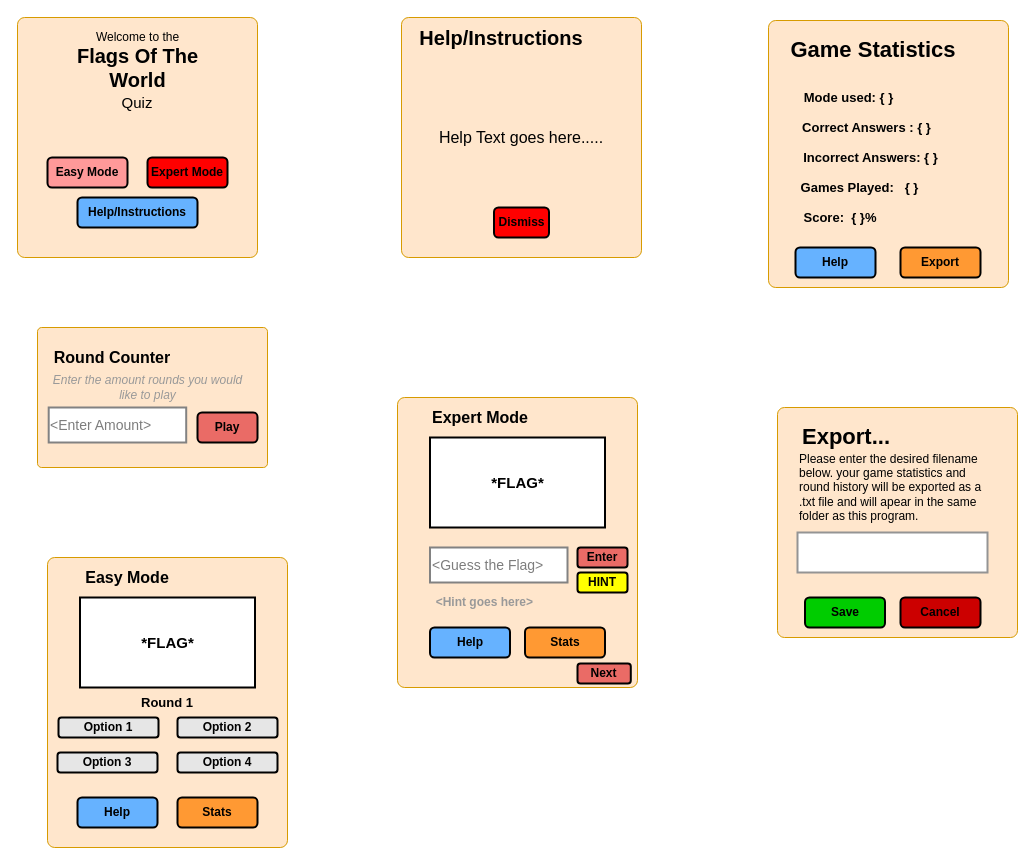
This is flag_quiz_wireframes.drawio from chhabrap71760/Flags_Quiz_Assessment, a draw.io file, before an edit. Source tidied: cells renumbered, new cells numbered last; positions are measured from the earlier drawing's top-left corner, leaving out a move shared by most shapes. Both pictures are drawn from the tidied source at 100%, with x=0, y=0 at pixel (17, 17).
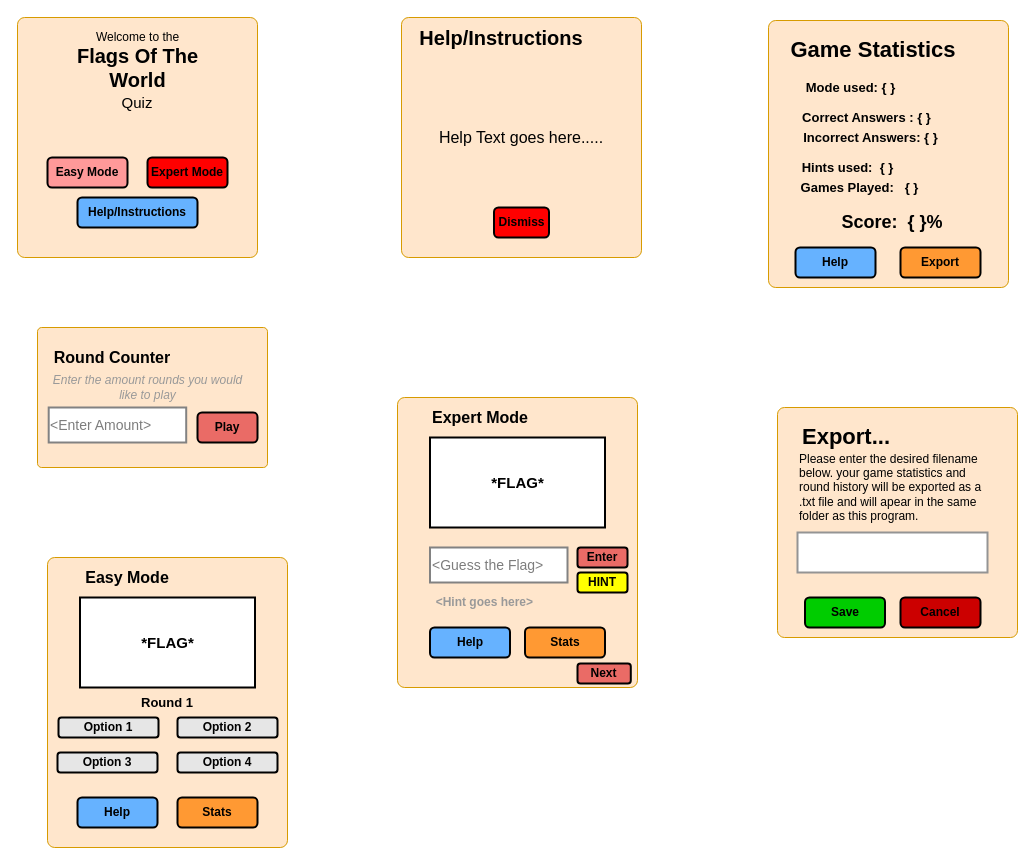
After the change.

Diff of the diagram source:
```diff
@@
     <mxCell id="30" value="&lt;font style=&quot;font-size: 13px&quot;&gt;&lt;b&gt;Correct Answers : { }&lt;/b&gt;&lt;/font&gt;" style="text;html=1;strokeColor=none;fillColor=none;align=center;verticalAlign=middle;whiteSpace=wrap;rounded=0;" parent="1" vertex="1">
-      <mxGeometry x="783" y="100" width="132.5" height="20" as="geometry" />
+      <mxGeometry x="783" y="90" width="132.5" height="20" as="geometry" />
     </mxCell>
     <mxCell id="31" value="&lt;font style=&quot;font-size: 13px&quot;&gt;&lt;b&gt;Incorrect Answers: { }&lt;/b&gt;&lt;/font&gt;" style="text;html=1;strokeColor=none;fillColor=none;align=center;verticalAlign=middle;whiteSpace=wrap;rounded=0;" parent="1" vertex="1">
-      <mxGeometry x="783" y="130" width="141" height="20" as="geometry" />
+      <mxGeometry x="783" y="110" width="141" height="20" as="geometry" />
     </mxCell>
     <mxCell id="32" value="&lt;span style=&quot;font-size: 13px&quot;&gt;&lt;b&gt;Games Played:&amp;nbsp; &amp;nbsp;{ }&lt;/b&gt;&lt;/span&gt;" style="text;html=1;strokeColor=none;fillColor=none;align=center;verticalAlign=middle;whiteSpace=wrap;rounded=0;" parent="1" vertex="1">
-      <mxGeometry x="778" y="160" width="129" height="20" as="geometry" />
+      <mxGeometry x="778" y="150" width="129" height="40" as="geometry" />
     </mxCell>
-    <mxCell id="33" value="&lt;span style=&quot;font-size: 13px&quot;&gt;&lt;b&gt;Score:&amp;nbsp; { }%&lt;/b&gt;&lt;/span&gt;" style="text;html=1;strokeColor=none;fillColor=none;align=center;verticalAlign=middle;whiteSpace=wrap;rounded=0;" parent="1" vertex="1">
-      <mxGeometry x="760" y="190" width="126" height="20" as="geometry" />
+    <mxCell id="33" value="&lt;b&gt;&lt;font style=&quot;font-size: 18px&quot;&gt;Score:&amp;nbsp; { }%&lt;/font&gt;&lt;/b&gt;" style="text;html=1;strokeColor=none;fillColor=none;align=center;verticalAlign=middle;whiteSpace=wrap;rounded=0;" parent="1" vertex="1">
+      <mxGeometry x="812" y="195" width="126" height="20" as="geometry" />
     </mxCell>
@@
     <mxCell id="44" value="&lt;span style=&quot;font-size: 13px&quot;&gt;&lt;b&gt;Mode used: { }&lt;/b&gt;&lt;/span&gt;" style="text;html=1;strokeColor=none;fillColor=none;align=center;verticalAlign=middle;whiteSpace=wrap;rounded=0;" parent="1" vertex="1">
-      <mxGeometry x="765.2" y="70" width="132.5" height="20" as="geometry" />
+      <mxGeometry x="766.8" y="60" width="132.5" height="20" as="geometry" />
     </mxCell>
@@
+    <mxCell id="53" value="&lt;span style=&quot;font-size: 13px&quot;&gt;&lt;b&gt;Hints used:&amp;nbsp; { }&lt;/b&gt;&lt;/span&gt;" style="text;html=1;strokeColor=none;fillColor=none;align=center;verticalAlign=middle;whiteSpace=wrap;rounded=0;" parent="1" vertex="1">
+      <mxGeometry x="760" y="140" width="141" height="20" as="geometry" />
+    </mxCell>
```
